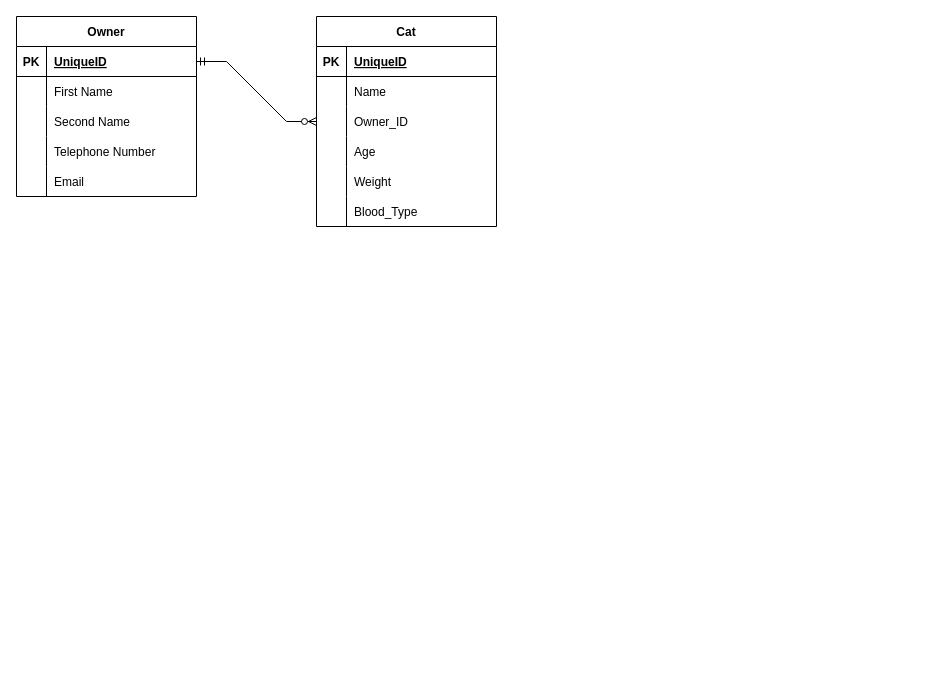
The draw.io diagram CatDonors/CatDonors.drawio in Berk0f/CatDonors, before the edit. Source tidied: cells renumbered, new cells numbered last; positions are measured from the earlier drawing's top-left corner, leaving out a move shared by most shapes. Both pictures are drawn from the tidied source at 100%, with x=0, y=0 at pixel (16, 16).
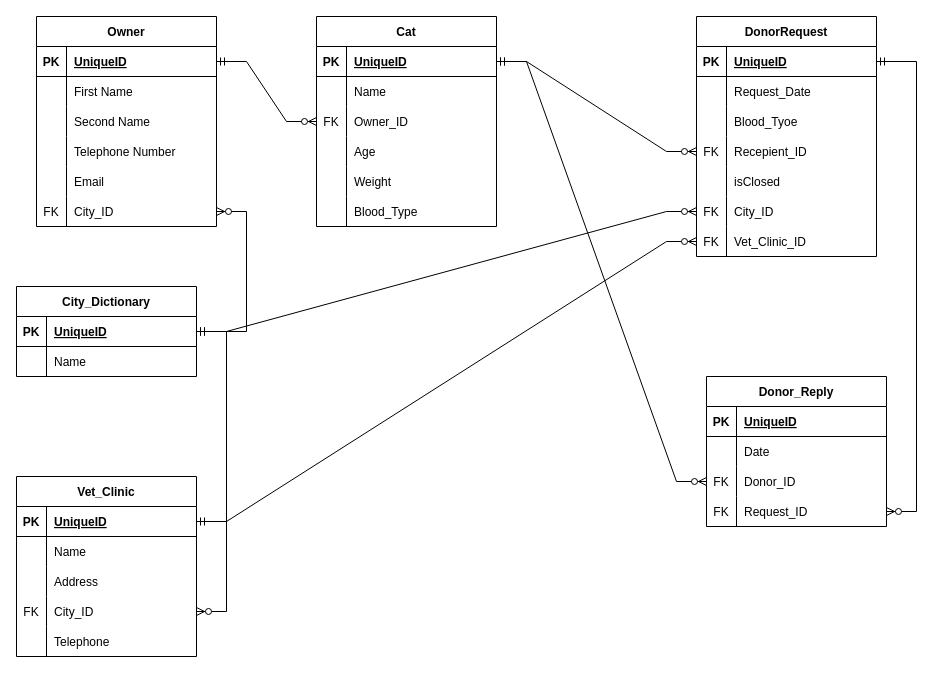
After the change.

Unchanged cells that the change refers to:
```xml
<mxCell id="19" style="shape=tableRow;horizontal=0;startSize=0;swimlaneHead=0;swimlaneBody=0;fillColor=none;points=[[0,0.5],[1,0.5]];portConstraint=eastwest;top=0;left=0;right=0;bottom=1;" parent="18" vertex="1">
  <mxGeometry y="30" width="180" height="30" as="geometry" />
</mxCell>
<mxCell id="25" style="shape=tableRow;horizontal=0;startSize=0;swimlaneHead=0;swimlaneBody=0;fillColor=none;points=[[0,0.5],[1,0.5]];portConstraint=eastwest;top=0;left=0;right=0;bottom=0;" parent="18" vertex="1">
  <mxGeometry y="90" width="180" height="30" as="geometry" />
</mxCell>
```

The edit, as a diff of the source:
```diff
@@
     <mxCell id="2" value="Owner" style="shape=table;startSize=30;childLayout=tableLayout;rowLines=0;fontStyle=1;align=center;" parent="1" vertex="1">
-      <mxGeometry width="180" height="180" as="geometry" />
+      <mxGeometry x="20" width="180" height="210" as="geometry" />
     </mxCell>
@@
+    <mxCell id="38" style="shape=tableRow;horizontal=0;startSize=0;swimlaneHead=0;swimlaneBody=0;fillColor=none;points=[[0,0.5],[1,0.5]];portConstraint=eastwest;top=0;left=0;right=0;bottom=0;" parent="2" vertex="1">
+      <mxGeometry y="180" width="180" height="30" as="geometry" />
+    </mxCell>
+    <mxCell id="39" value="FK" style="shape=partialRectangle;fillColor=none;top=0;left=0;bottom=0;right=0;overflow=hidden;" parent="38" vertex="1">
+      <mxGeometry width="30" height="30" as="geometry" />
+    </mxCell>
+    <mxCell id="40" value="City_ID" style="shape=partialRectangle;fillColor=none;top=0;left=0;bottom=0;right=0;align=left;spacingLeft=6;overflow=hidden;" parent="38" vertex="1">
+      <mxGeometry x="30" width="150" height="30" as="geometry" />
+    </mxCell>
+    <mxCell id="41" style="edgeStyle=orthogonalEdgeStyle;rounded=0;orthogonalLoop=1;jettySize=auto;html=1;exitX=1;exitY=0.5;exitDx=0;exitDy=0;" parent="2" edge="1" source="38" target="38">
+      <mxGeometry relative="1" as="geometry" />
+    </mxCell>
@@
-    <mxCell id="26" style="shape=partialRectangle;fillColor=none;top=0;left=0;bottom=0;right=0;overflow=hidden;" parent="25" vertex="1">
+    <mxCell id="26" value="FK" style="shape=partialRectangle;fillColor=none;top=0;left=0;bottom=0;right=0;overflow=hidden;" parent="25" vertex="1">
       <mxGeometry width="30" height="30" as="geometry" />
     </mxCell>
@@
+    <mxCell id="42" value="DonorRequest" style="shape=table;startSize=30;childLayout=tableLayout;rowLines=0;fontStyle=1;align=center;" parent="1" vertex="1">
+      <mxGeometry x="680" width="180" height="240" as="geometry" />
+    </mxCell>
+    <mxCell id="43" style="shape=tableRow;horizontal=0;startSize=0;swimlaneHead=0;swimlaneBody=0;fillColor=none;points=[[0,0.5],[1,0.5]];portConstraint=eastwest;top=0;left=0;right=0;bottom=1;" parent="42" vertex="1">
+      <mxGeometry y="30" width="180" height="30" as="geometry" />
+    </mxCell>
+    <mxCell id="44" value="PK" style="shape=partialRectangle;fillColor=none;top=0;left=0;bottom=0;right=0;fontStyle=1;overflow=hidden;" parent="43" vertex="1">
+      <mxGeometry width="30" height="30" as="geometry" />
+    </mxCell>
+    <mxCell id="45" value="UniqueID" style="shape=partialRectangle;fillColor=none;top=0;left=0;bottom=0;right=0;align=left;spacingLeft=6;fontStyle=5;overflow=hidden;" parent="43" vertex="1">
+      <mxGeometry x="30" width="150" height="30" as="geometry" />
+    </mxCell>
+    <mxCell id="46" style="shape=tableRow;horizontal=0;startSize=0;swimlaneHead=0;swimlaneBody=0;fillColor=none;top=0;left=0;right=0;bottom=0;" parent="42" vertex="1">
+      <mxGeometry y="60" width="180" height="30" as="geometry" />
+    </mxCell>
+    <mxCell id="47" style="shape=partialRectangle;fillColor=none;top=0;left=0;bottom=0;right=0;overflow=hidden;" parent="46" vertex="1">
+      <mxGeometry width="30" height="30" as="geometry" />
+    </mxCell>
+    <mxCell id="48" value="Request_Date" style="shape=partialRectangle;fillColor=none;top=0;left=0;bottom=0;right=0;align=left;spacingLeft=6;overflow=hidden;" parent="46" vertex="1">
+      <mxGeometry x="30" width="150" height="30" as="geometry" />
+    </mxCell>
+    <mxCell id="49" style="shape=tableRow;horizontal=0;startSize=0;swimlaneHead=0;swimlaneBody=0;fillColor=none;top=0;left=0;right=0;bottom=0;" parent="42" vertex="1">
+      <mxGeometry y="90" width="180" height="30" as="geometry" />
+    </mxCell>
+    <mxCell id="50" style="shape=partialRectangle;fillColor=none;top=0;left=0;bottom=0;right=0;overflow=hidden;" parent="49" vertex="1">
+      <mxGeometry width="30" height="30" as="geometry" />
+    </mxCell>
+    <mxCell id="51" value="Blood_Tyoe" style="shape=partialRectangle;fillColor=none;top=0;left=0;bottom=0;right=0;align=left;spacingLeft=6;overflow=hidden;" parent="49" vertex="1">
+      <mxGeometry x="30" width="150" height="30" as="geometry" />
+    </mxCell>
+    <mxCell id="52" style="shape=tableRow;horizontal=0;startSize=0;swimlaneHead=0;swimlaneBody=0;fillColor=none;points=[[0,0.5],[1,0.5]];portConstraint=eastwest;top=0;left=0;right=0;bottom=0;" parent="42" vertex="1">
+      <mxGeometry y="120" width="180" height="30" as="geometry" />
+    </mxCell>
+    <mxCell id="53" value="FK" style="shape=partialRectangle;fillColor=none;top=0;left=0;bottom=0;right=0;overflow=hidden;" parent="52" vertex="1">
+      <mxGeometry width="30" height="30" as="geometry" />
+    </mxCell>
+    <mxCell id="54" value="Recepient_ID" style="shape=partialRectangle;fillColor=none;top=0;left=0;bottom=0;right=0;align=left;spacingLeft=6;overflow=hidden;" parent="52" vertex="1">
+      <mxGeometry x="30" width="150" height="30" as="geometry" />
+    </mxCell>
+    <mxCell id="55" style="shape=tableRow;horizontal=0;startSize=0;swimlaneHead=0;swimlaneBody=0;fillColor=none;top=0;left=0;right=0;bottom=0;" parent="42" vertex="1">
+      <mxGeometry y="150" width="180" height="30" as="geometry" />
+    </mxCell>
+    <mxCell id="56" style="shape=partialRectangle;fillColor=none;top=0;left=0;bottom=0;right=0;overflow=hidden;" parent="55" vertex="1">
+      <mxGeometry width="30" height="30" as="geometry" />
+    </mxCell>
+    <mxCell id="57" value="isClosed" style="shape=partialRectangle;fillColor=none;top=0;left=0;bottom=0;right=0;align=left;spacingLeft=6;overflow=hidden;" parent="55" vertex="1">
+      <mxGeometry x="30" width="150" height="30" as="geometry" />
+    </mxCell>
+    <mxCell id="58" style="shape=tableRow;horizontal=0;startSize=0;swimlaneHead=0;swimlaneBody=0;fillColor=none;points=[[0,0.5],[1,0.5]];portConstraint=eastwest;top=0;left=0;right=0;bottom=0;" parent="42" vertex="1">
+      <mxGeometry y="180" width="180" height="30" as="geometry" />
+    </mxCell>
+    <mxCell id="59" value="FK" style="shape=partialRectangle;fillColor=none;top=0;left=0;bottom=0;right=0;overflow=hidden;" parent="58" vertex="1">
+      <mxGeometry width="30" height="30" as="geometry" />
+    </mxCell>
+    <mxCell id="60" value="City_ID" style="shape=partialRectangle;fillColor=none;top=0;left=0;bottom=0;right=0;align=left;spacingLeft=6;overflow=hidden;" parent="58" vertex="1">
+      <mxGeometry x="30" width="150" height="30" as="geometry" />
+    </mxCell>
+    <mxCell id="61" style="shape=tableRow;horizontal=0;startSize=0;swimlaneHead=0;swimlaneBody=0;fillColor=none;points=[[0,0.5],[1,0.5]];portConstraint=eastwest;top=0;left=0;right=0;bottom=0;" parent="42" vertex="1">
+      <mxGeometry y="210" width="180" height="30" as="geometry" />
+    </mxCell>
+    <mxCell id="62" value="FK" style="shape=partialRectangle;fillColor=none;top=0;left=0;bottom=0;right=0;overflow=hidden;" parent="61" vertex="1">
+      <mxGeometry width="30" height="30" as="geometry" />
+    </mxCell>
+    <mxCell id="63" value="Vet_Clinic_ID" style="shape=partialRectangle;fillColor=none;top=0;left=0;bottom=0;right=0;align=left;spacingLeft=6;overflow=hidden;" parent="61" vertex="1">
+      <mxGeometry x="30" width="150" height="30" as="geometry" />
+    </mxCell>
+    <mxCell id="64" style="edgeStyle=entityRelationEdgeStyle;fontSize=12;html=1;endArrow=ERzeroToMany;startArrow=ERmandOne;rounded=0;exitX=1;exitY=0.5;exitDx=0;exitDy=0;" parent="1" edge="1" source="19" target="52">
+      <mxGeometry relative="1" as="geometry" />
+    </mxCell>
+    <mxCell id="65" value="City_Dictionary" style="shape=table;startSize=30;childLayout=tableLayout;rowLines=0;fontStyle=1;align=center;" parent="1" vertex="1">
+      <mxGeometry y="270" width="180" height="90" as="geometry" />
+    </mxCell>
+    <mxCell id="66" style="shape=tableRow;horizontal=0;startSize=0;swimlaneHead=0;swimlaneBody=0;fillColor=none;points=[[0,0.5],[1,0.5]];portConstraint=eastwest;top=0;left=0;right=0;bottom=1;" parent="65" vertex="1">
+      <mxGeometry y="30" width="180" height="30" as="geometry" />
+    </mxCell>
+    <mxCell id="67" value="PK" style="shape=partialRectangle;fillColor=none;top=0;left=0;bottom=0;right=0;fontStyle=1;overflow=hidden;" parent="66" vertex="1">
+      <mxGeometry width="30" height="30" as="geometry" />
+    </mxCell>
+    <mxCell id="68" value="UniqueID" style="shape=partialRectangle;fillColor=none;top=0;left=0;bottom=0;right=0;align=left;spacingLeft=6;fontStyle=5;overflow=hidden;" parent="66" vertex="1">
+      <mxGeometry x="30" width="150" height="30" as="geometry" />
+    </mxCell>
+    <mxCell id="69" style="shape=tableRow;horizontal=0;startSize=0;swimlaneHead=0;swimlaneBody=0;fillColor=none;top=0;left=0;right=0;bottom=0;" parent="65" vertex="1">
+      <mxGeometry y="60" width="180" height="30" as="geometry" />
+    </mxCell>
+    <mxCell id="70" style="shape=partialRectangle;fillColor=none;top=0;left=0;bottom=0;right=0;overflow=hidden;" parent="69" vertex="1">
+      <mxGeometry width="30" height="30" as="geometry" />
+    </mxCell>
+    <mxCell id="71" value="Name" style="shape=partialRectangle;fillColor=none;top=0;left=0;bottom=0;right=0;align=left;spacingLeft=6;overflow=hidden;" parent="69" vertex="1">
+      <mxGeometry x="30" width="150" height="30" as="geometry" />
+    </mxCell>
+    <mxCell id="72" style="edgeStyle=entityRelationEdgeStyle;fontSize=12;html=1;endArrow=ERzeroToMany;startArrow=ERmandOne;rounded=0;" parent="1" edge="1" source="66" target="38">
+      <mxGeometry relative="1" as="geometry" />
+    </mxCell>
+    <mxCell id="73" style="edgeStyle=entityRelationEdgeStyle;fontSize=12;html=1;endArrow=ERzeroToMany;startArrow=ERmandOne;rounded=0;" parent="1" edge="1" source="66" target="58">
+      <mxGeometry relative="1" as="geometry" />
+    </mxCell>
+    <mxCell id="74" value="Vet_Clinic" style="shape=table;startSize=30;childLayout=tableLayout;rowLines=0;fontStyle=1;align=center;" parent="1" vertex="1">
+      <mxGeometry y="460" width="180" height="180" as="geometry" />
+    </mxCell>
+    <mxCell id="75" style="shape=tableRow;horizontal=0;startSize=0;swimlaneHead=0;swimlaneBody=0;fillColor=none;points=[[0,0.5],[1,0.5]];portConstraint=eastwest;top=0;left=0;right=0;bottom=1;" parent="74" vertex="1">
+      <mxGeometry y="30" width="180" height="30" as="geometry" />
+    </mxCell>
+    <mxCell id="76" value="PK" style="shape=partialRectangle;fillColor=none;top=0;left=0;bottom=0;right=0;fontStyle=1;overflow=hidden;" parent="75" vertex="1">
+      <mxGeometry width="30" height="30" as="geometry" />
+    </mxCell>
+    <mxCell id="77" value="UniqueID" style="shape=partialRectangle;fillColor=none;top=0;left=0;bottom=0;right=0;align=left;spacingLeft=6;fontStyle=5;overflow=hidden;" parent="75" vertex="1">
+      <mxGeometry x="30" width="150" height="30" as="geometry" />
+    </mxCell>
+    <mxCell id="78" style="shape=tableRow;horizontal=0;startSize=0;swimlaneHead=0;swimlaneBody=0;fillColor=none;top=0;left=0;right=0;bottom=0;" parent="74" vertex="1">
+      <mxGeometry y="60" width="180" height="30" as="geometry" />
+    </mxCell>
+    <mxCell id="79" style="shape=partialRectangle;fillColor=none;top=0;left=0;bottom=0;right=0;overflow=hidden;" parent="78" vertex="1">
+      <mxGeometry width="30" height="30" as="geometry" />
+    </mxCell>
+    <mxCell id="80" value="Name" style="shape=partialRectangle;fillColor=none;top=0;left=0;bottom=0;right=0;align=left;spacingLeft=6;overflow=hidden;" parent="78" vertex="1">
+      <mxGeometry x="30" width="150" height="30" as="geometry" />
+    </mxCell>
+    <mxCell id="81" style="shape=tableRow;horizontal=0;startSize=0;swimlaneHead=0;swimlaneBody=0;fillColor=none;top=0;left=0;right=0;bottom=0;" parent="74" vertex="1">
+      <mxGeometry y="90" width="180" height="30" as="geometry" />
+    </mxCell>
+    <mxCell id="82" style="shape=partialRectangle;fillColor=none;top=0;left=0;bottom=0;right=0;overflow=hidden;" parent="81" vertex="1">
+      <mxGeometry width="30" height="30" as="geometry" />
+    </mxCell>
+    <mxCell id="83" value="Address" style="shape=partialRectangle;fillColor=none;top=0;left=0;bottom=0;right=0;align=left;spacingLeft=6;overflow=hidden;" parent="81" vertex="1">
+      <mxGeometry x="30" width="150" height="30" as="geometry" />
+    </mxCell>
+    <mxCell id="84" style="shape=tableRow;horizontal=0;startSize=0;swimlaneHead=0;swimlaneBody=0;fillColor=none;points=[[0,0.5],[1,0.5]];portConstraint=eastwest;top=0;left=0;right=0;bottom=0;" parent="74" vertex="1">
+      <mxGeometry y="120" width="180" height="30" as="geometry" />
+    </mxCell>
+    <mxCell id="85" value="FK" style="shape=partialRectangle;fillColor=none;top=0;left=0;bottom=0;right=0;overflow=hidden;" parent="84" vertex="1">
+      <mxGeometry width="30" height="30" as="geometry" />
+    </mxCell>
+    <mxCell id="86" value="City_ID" style="shape=partialRectangle;fillColor=none;top=0;left=0;bottom=0;right=0;align=left;spacingLeft=6;overflow=hidden;" parent="84" vertex="1">
+      <mxGeometry x="30" width="150" height="30" as="geometry" />
+    </mxCell>
+    <mxCell id="87" style="shape=tableRow;horizontal=0;startSize=0;swimlaneHead=0;swimlaneBody=0;fillColor=none;top=0;left=0;right=0;bottom=0;" parent="74" vertex="1">
+      <mxGeometry y="150" width="180" height="30" as="geometry" />
+    </mxCell>
+    <mxCell id="88" style="shape=partialRectangle;fillColor=none;top=0;left=0;bottom=0;right=0;overflow=hidden;" parent="87" vertex="1">
+      <mxGeometry width="30" height="30" as="geometry" />
+    </mxCell>
+    <mxCell id="89" value="Telephone" style="shape=partialRectangle;fillColor=none;top=0;left=0;bottom=0;right=0;align=left;spacingLeft=6;overflow=hidden;" parent="87" vertex="1">
+      <mxGeometry x="30" width="150" height="30" as="geometry" />
+    </mxCell>
+    <mxCell id="90" style="edgeStyle=entityRelationEdgeStyle;fontSize=12;html=1;endArrow=ERzeroToMany;startArrow=ERmandOne;rounded=0;jumpStyle=arc;" parent="1" edge="1" source="66" target="84">
+      <mxGeometry relative="1" as="geometry" />
+    </mxCell>
+    <mxCell id="91" style="edgeStyle=entityRelationEdgeStyle;fontSize=12;html=1;endArrow=ERzeroToMany;startArrow=ERmandOne;rounded=0;jumpStyle=arc;" parent="1" edge="1" source="75" target="61">
+      <mxGeometry relative="1" as="geometry" />
+    </mxCell>
+    <mxCell id="92" value="Donor_Reply" style="shape=table;startSize=30;childLayout=tableLayout;rowLines=0;fontStyle=1;align=center;" parent="1" vertex="1">
+      <mxGeometry x="690" y="360" width="180" height="150" as="geometry" />
+    </mxCell>
+    <mxCell id="93" style="shape=tableRow;horizontal=0;startSize=0;swimlaneHead=0;swimlaneBody=0;fillColor=none;top=0;left=0;right=0;bottom=1;" parent="92" vertex="1">
+      <mxGeometry y="30" width="180" height="30" as="geometry" />
+    </mxCell>
+    <mxCell id="94" value="PK" style="shape=partialRectangle;fillColor=none;top=0;left=0;bottom=0;right=0;fontStyle=1;overflow=hidden;" parent="93" vertex="1">
+      <mxGeometry width="30" height="30" as="geometry" />
+    </mxCell>
+    <mxCell id="95" value="UniqueID" style="shape=partialRectangle;fillColor=none;top=0;left=0;bottom=0;right=0;align=left;spacingLeft=6;fontStyle=5;overflow=hidden;" parent="93" vertex="1">
+      <mxGeometry x="30" width="150" height="30" as="geometry" />
+    </mxCell>
+    <mxCell id="96" style="shape=tableRow;horizontal=0;startSize=0;swimlaneHead=0;swimlaneBody=0;fillColor=none;top=0;left=0;right=0;bottom=0;" parent="92" vertex="1">
+      <mxGeometry y="60" width="180" height="30" as="geometry" />
+    </mxCell>
+    <mxCell id="97" style="shape=partialRectangle;fillColor=none;top=0;left=0;bottom=0;right=0;overflow=hidden;" parent="96" vertex="1">
+      <mxGeometry width="30" height="30" as="geometry" />
+    </mxCell>
+    <mxCell id="98" value="Date" style="shape=partialRectangle;fillColor=none;top=0;left=0;bottom=0;right=0;align=left;spacingLeft=6;overflow=hidden;" parent="96" vertex="1">
+      <mxGeometry x="30" width="150" height="30" as="geometry" />
+    </mxCell>
+    <mxCell id="99" style="shape=tableRow;horizontal=0;startSize=0;swimlaneHead=0;swimlaneBody=0;fillColor=none;points=[[0,0.5],[1,0.5]];portConstraint=eastwest;top=0;left=0;right=0;bottom=0;" parent="92" vertex="1">
+      <mxGeometry y="90" width="180" height="30" as="geometry" />
+    </mxCell>
+    <mxCell id="100" value="FK" style="shape=partialRectangle;fillColor=none;top=0;left=0;bottom=0;right=0;overflow=hidden;" parent="99" vertex="1">
+      <mxGeometry width="30" height="30" as="geometry" />
+    </mxCell>
+    <mxCell id="101" value="Donor_ID" style="shape=partialRectangle;fillColor=none;top=0;left=0;bottom=0;right=0;align=left;spacingLeft=6;overflow=hidden;" parent="99" vertex="1">
+      <mxGeometry x="30" width="150" height="30" as="geometry" />
+    </mxCell>
+    <mxCell id="102" style="shape=tableRow;horizontal=0;startSize=0;swimlaneHead=0;swimlaneBody=0;fillColor=none;points=[[0,0.5],[1,0.5]];portConstraint=eastwest;top=0;left=0;right=0;bottom=0;" parent="92" vertex="1">
+      <mxGeometry y="120" width="180" height="30" as="geometry" />
+    </mxCell>
+    <mxCell id="103" value="FK" style="shape=partialRectangle;fillColor=none;top=0;left=0;bottom=0;right=0;overflow=hidden;" parent="102" vertex="1">
+      <mxGeometry width="30" height="30" as="geometry" />
+    </mxCell>
+    <mxCell id="104" value="Request_ID" style="shape=partialRectangle;fillColor=none;top=0;left=0;bottom=0;right=0;align=left;spacingLeft=6;overflow=hidden;" parent="102" vertex="1">
+      <mxGeometry x="30" width="150" height="30" as="geometry" />
+    </mxCell>
+    <mxCell id="105" style="edgeStyle=entityRelationEdgeStyle;fontSize=12;html=1;endArrow=ERzeroToMany;startArrow=ERmandOne;rounded=0;exitX=1;exitY=0.5;exitDx=0;exitDy=0;" parent="1" edge="1" source="19" target="99">
+      <mxGeometry relative="1" as="geometry" />
+    </mxCell>
+    <mxCell id="106" style="edgeStyle=entityRelationEdgeStyle;fontSize=12;html=1;endArrow=ERzeroToMany;startArrow=ERmandOne;rounded=0;jumpStyle=arc;endSize=6;" parent="1" edge="1" source="43" target="102">
+      <mxGeometry relative="1" as="geometry" />
+    </mxCell>
```
